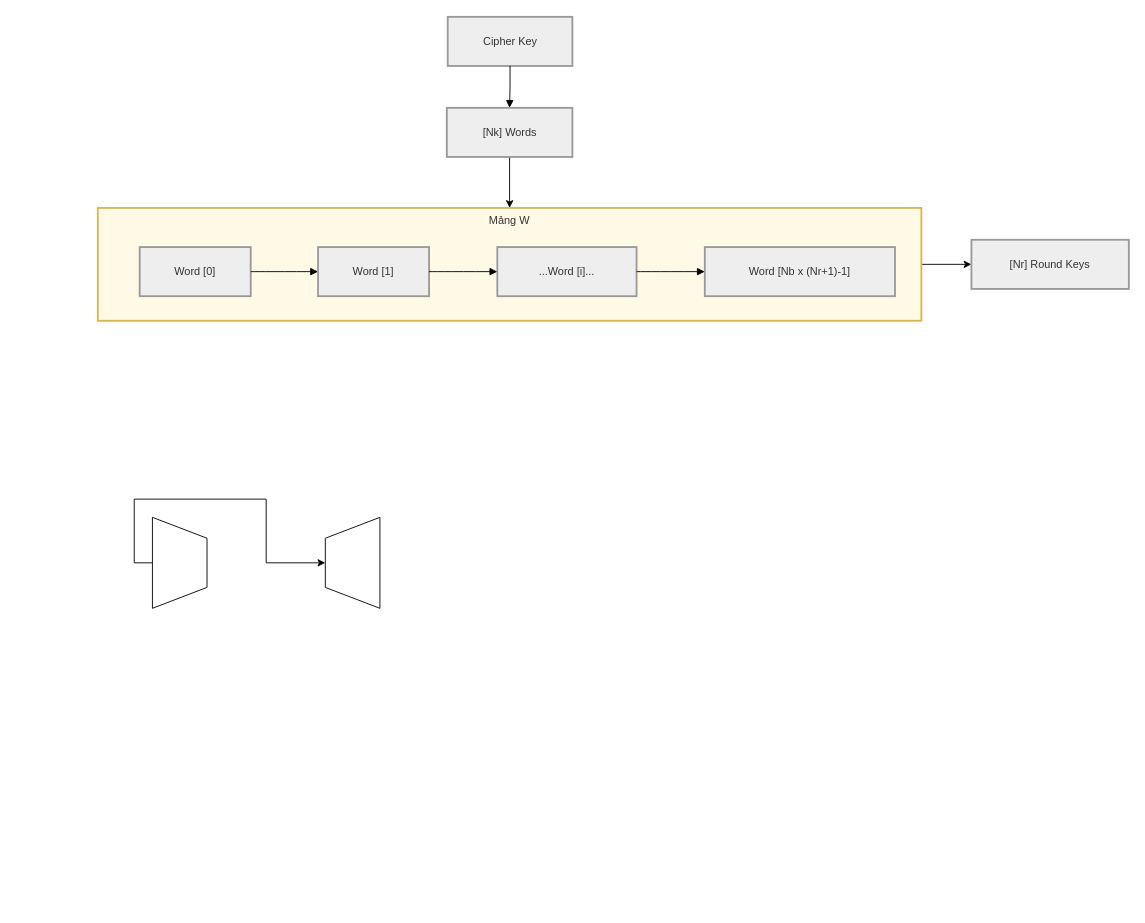
Above: diagram/drawio/AESKeyExpansionLowDes.drawio in LQLManZz/AES128-Verilog (draw.io), before the change. Source tidied: cells renumbered, new cells numbered last; positions are measured from the earlier drawing's top-left corner, leaving out a move shared by most shapes. Both pictures are drawn from the tidied source at 91%, with x=0, y=0 at pixel (97, 16).
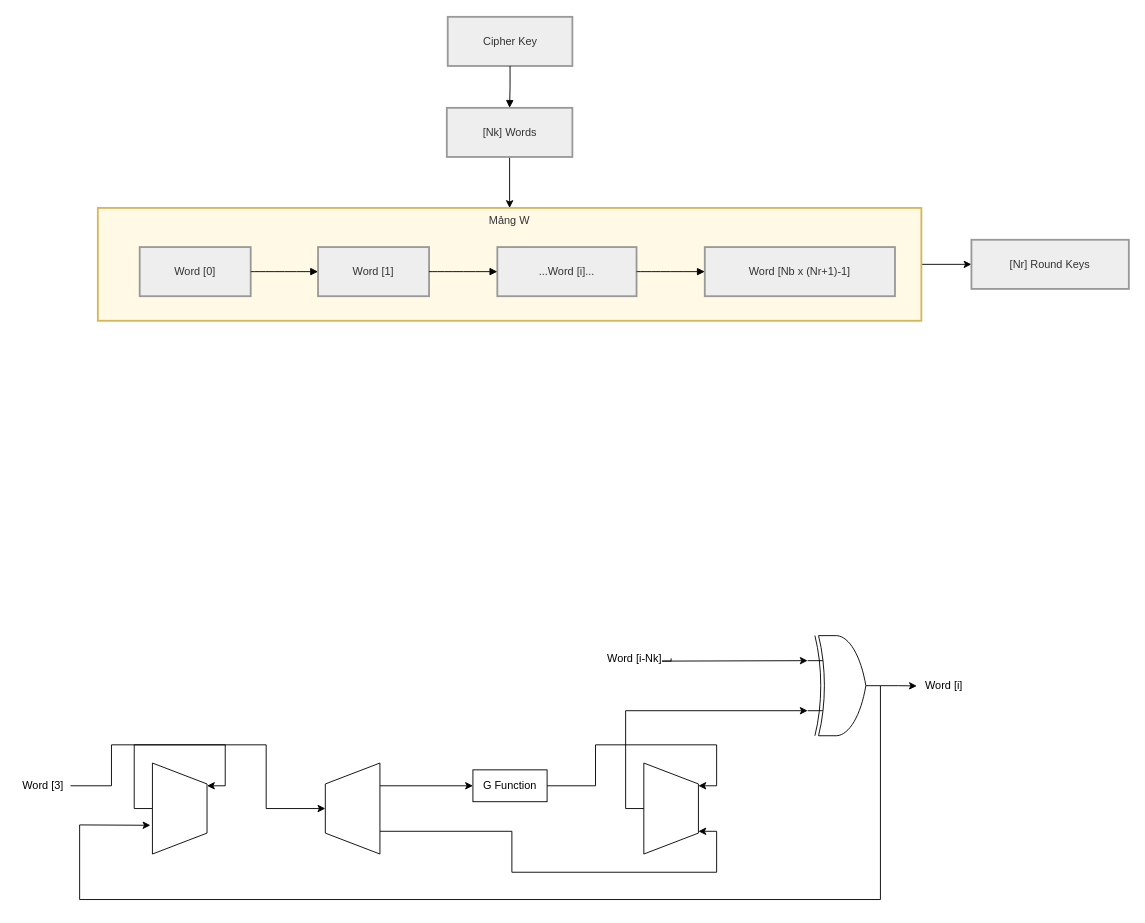
The same diagram, later.

Commit message (it also covers changes not shown here):
vault backup: 2026-06-13 18:54:36

Diff of the diagram source:
```diff
@@
     <mxCell id="17" style="verticalLabelPosition=middle;verticalAlign=middle;html=1;shape=trapezoid;perimeter=trapezoidPerimeter;whiteSpace=wrap;size=0.23;arcSize=10;flipV=1;labelPosition=center;align=center;legacyAnchorPoints=0;rotation=-90;" parent="1" vertex="1">
-      <mxGeometry x="40" y="570" width="100" height="60" as="geometry" />
+      <mxGeometry x="40" y="840" width="100" height="60" as="geometry" />
     </mxCell>
+    <mxCell id="19" style="edgeStyle=orthogonalEdgeStyle;rounded=0;jettySize=auto;html=1;exitX=0.75;exitY=1;exitDx=0;exitDy=0;entryX=0;entryY=0.5;entryDx=0;entryDy=0;" parent="1" edge="1" source="18" target="24">
+      <mxGeometry relative="1" as="geometry" />
+    </mxCell>
+    <mxCell id="20" style="edgeStyle=orthogonalEdgeStyle;rounded=0;jettySize=auto;html=1;exitX=0.25;exitY=1;exitDx=0;exitDy=0;entryX=0.25;entryY=1;entryDx=0;entryDy=0;" parent="1" edge="1" source="18" target="25">
+      <mxGeometry relative="1" as="geometry" />
+    </mxCell>
     <mxCell id="18" style="verticalLabelPosition=middle;verticalAlign=middle;html=1;shape=trapezoid;perimeter=trapezoidPerimeter;whiteSpace=wrap;size=0.23;arcSize=10;flipV=0;labelPosition=center;align=center;legacyAnchorPoints=0;rotation=-90;" parent="1" vertex="1">
-      <mxGeometry x="230" y="570" width="100" height="60" as="geometry" />
+      <mxGeometry x="230" y="840" width="100" height="60" as="geometry" />
     </mxCell>
+    <mxCell id="21" style="edgeStyle=orthogonalEdgeStyle;rounded=0;jettySize=auto;html=1;exitX=1;exitY=0.5;exitDx=0;exitDy=0;entryX=0.75;entryY=1;entryDx=0;entryDy=0;" parent="1" edge="1" source="22" target="17">
+      <mxGeometry relative="1" as="geometry" />
+    </mxCell>
+    <mxCell id="22" value="Word [3]" style="text;html=1;whiteSpace=wrap;strokeColor=none;fillColor=none;align=center;verticalAlign=middle;rounded=0;" parent="1" vertex="1">
+      <mxGeometry x="-90" y="830" width="60" height="30" as="geometry" />
+    </mxCell>
+    <mxCell id="23" style="edgeStyle=orthogonalEdgeStyle;rounded=0;jettySize=auto;html=1;exitX=1;exitY=0.5;exitDx=0;exitDy=0;entryX=0.75;entryY=1;entryDx=0;entryDy=0;" parent="1" edge="1" source="24" target="25">
+      <mxGeometry relative="1" as="geometry" />
+    </mxCell>
+    <mxCell id="24" value="G Function" style="whiteSpace=wrap;html=1;" parent="1" vertex="1">
+      <mxGeometry x="412.2" y="827.5" width="81.5" height="35" as="geometry" />
+    </mxCell>
+    <mxCell id="25" style="verticalLabelPosition=middle;verticalAlign=middle;html=1;shape=trapezoid;perimeter=trapezoidPerimeter;whiteSpace=wrap;size=0.23;arcSize=10;flipV=1;labelPosition=center;align=center;legacyAnchorPoints=0;rotation=-90;" parent="1" vertex="1">
+      <mxGeometry x="580" y="840" width="100" height="60" as="geometry" />
+    </mxCell>
+    <mxCell id="26" style="edgeStyle=orthogonalEdgeStyle;rounded=0;jettySize=auto;html=1;exitX=1;exitY=0.5;exitDx=0;exitDy=0;exitPerimeter=0;" parent="1" edge="1" source="27">
+      <mxGeometry relative="1" as="geometry">
+        <mxPoint x="900" y="735.3" as="targetPoint" />
+      </mxGeometry>
+    </mxCell>
+    <mxCell id="27" style="verticalLabelPosition=bottom;shadow=0;dashed=0;align=center;html=1;verticalAlign=top;shape=mxgraph.electrical.logic_gates.logic_gate;operation=xor;" parent="1" vertex="1">
+      <mxGeometry x="780" y="680" width="80" height="110" as="geometry" />
+    </mxCell>
+    <mxCell id="28" style="edgeStyle=orthogonalEdgeStyle;rounded=0;jettySize=auto;html=1;exitX=0.5;exitY=0;exitDx=0;exitDy=0;entryX=0;entryY=0.75;entryDx=0;entryDy=0;entryPerimeter=0;" parent="1" edge="1" source="25" target="27">
+      <mxGeometry relative="1" as="geometry" />
+    </mxCell>
+    <mxCell id="29" value="Word [i]" style="text;html=1;whiteSpace=wrap;strokeColor=none;fillColor=none;align=center;verticalAlign=middle;rounded=0;" parent="1" vertex="1">
+      <mxGeometry x="900" y="720" width="60" height="30" as="geometry" />
+    </mxCell>
+    <mxCell id="30" style="endArrow=classic;html=1;rounded=0;entryX=0.316;entryY=1.037;entryDx=0;entryDy=0;entryPerimeter=0;exitX=1;exitY=0.5;exitDx=0;exitDy=0;exitPerimeter=0;" parent="1" edge="1" source="27" target="17">
+      <mxGeometry relative="1" as="geometry">
+        <Array as="points">
+          <mxPoint x="860" y="970" />
+          <mxPoint x="-20" y="970" />
+          <mxPoint x="-20" y="888" />
+        </Array>
+      </mxGeometry>
+    </mxCell>
+    <mxCell id="31" value="Word [i-Nk]" style="text;html=1;whiteSpace=wrap;strokeColor=none;fillColor=none;align=center;verticalAlign=middle;rounded=0;" parent="1" vertex="1">
+      <mxGeometry x="550" y="690" width="80" height="30" as="geometry" />
+    </mxCell>
+    <mxCell id="32" style="edgeStyle=orthogonalEdgeStyle;rounded=0;jettySize=auto;html=1;exitX=1;exitY=0.5;exitDx=0;exitDy=0;entryX=0;entryY=0.25;entryDx=0;entryDy=0;entryPerimeter=0;" parent="1" edge="1" source="31" target="27">
+      <mxGeometry relative="1" as="geometry">
+        <Array as="points">
+          <mxPoint x="620" y="708" />
+          <mxPoint x="650" y="708" />
+        </Array>
+      </mxGeometry>
+    </mxCell>
```
